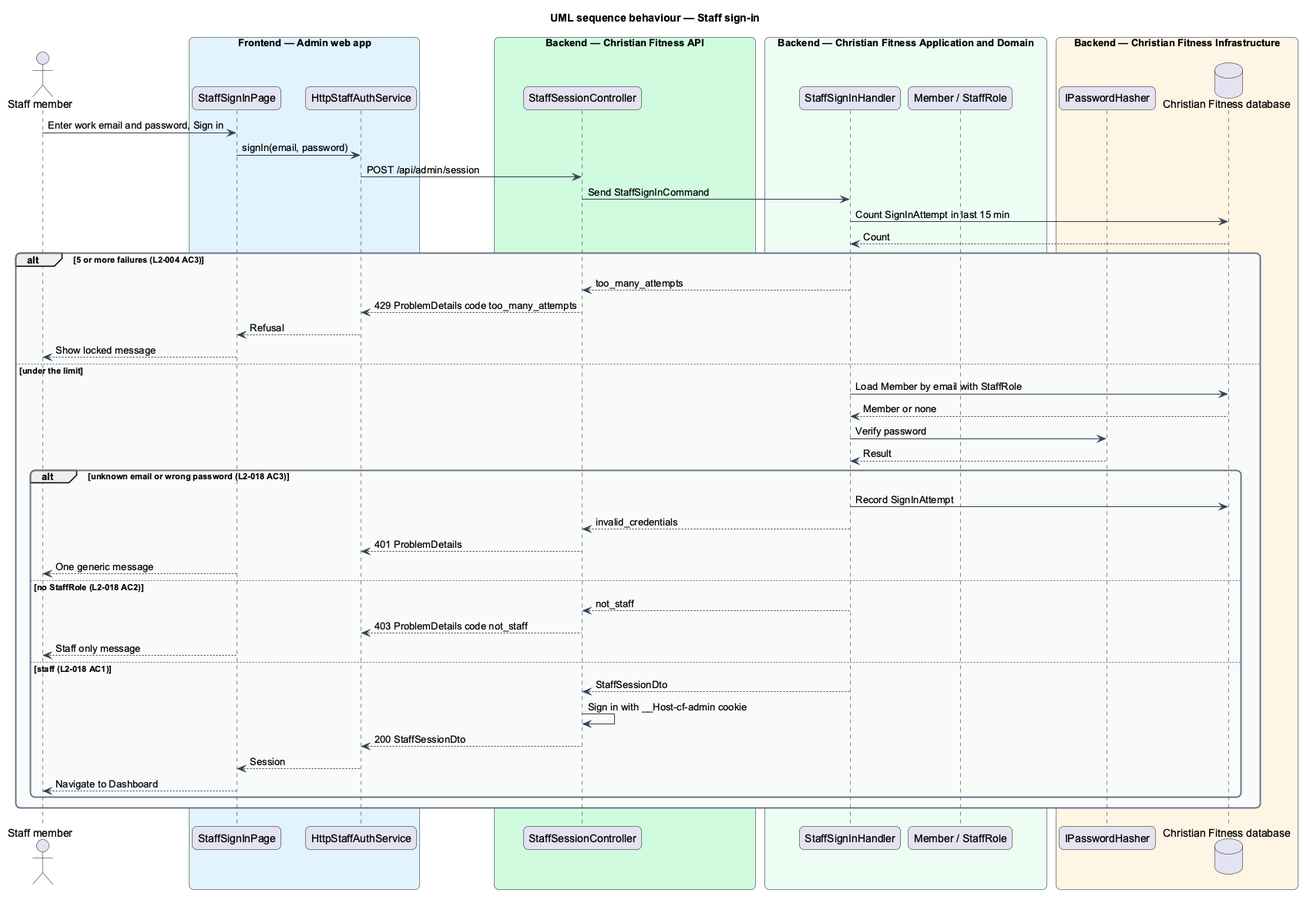
This is docs/detailed-designs/admin-access/admin-sign-in/diagrams/sequence-sign-in.png from QuinntyneBrown/christian-fitness, a PlantUML export, as it was before one commit. Source of this version:
```plantuml
@startuml
title UML sequence behaviour — Staff sign-in
skinparam backgroundColor #FFFFFF
skinparam shadowing false
skinparam roundcorner 12
skinparam defaultFontName Arial
skinparam ArrowColor #344054
skinparam rectangle {
  BorderColor #344054
  FontColor #101828
}
skinparam package {
  BorderColor #667085
  FontColor #101828
  BackgroundColor #F9FAFB
}
actor "Staff member" as actor
box "Frontend — Admin web app" #E0F2FE
  participant "StaffSignInPage" as page
  participant "HttpStaffAuthService" as client
end box
box "Backend — Christian Fitness API" #D1FADF
  participant "StaffSessionController" as ctrl
end box
box "Backend — Christian Fitness Application and Domain" #ECFDF3
  participant "StaffSignInHandler" as handler
  participant "Member / StaffRole" as entity
end box
box "Backend — Christian Fitness Infrastructure" #FFF4E5
  participant "IPasswordHasher" as hasher
  database "Christian Fitness database" as db
end box
actor -> page : Enter work email and password, Sign in
page -> client : signIn(email, password)
client -> ctrl : POST /api/admin/session
ctrl -> handler : Send StaffSignInCommand
handler -> db : Count SignInAttempt in last 15 min
db --> handler : Count
alt 5 or more failures (L2-004 AC3)
  handler --> ctrl : too_many_attempts
  ctrl --> client : 429 ProblemDetails code too_many_attempts
  client --> page : Refusal
  page --> actor : Show locked message
else under the limit
  handler -> db : Load Member by email with StaffRole
  db --> handler : Member or none
  handler -> hasher : Verify password
  hasher --> handler : Result
  alt unknown email or wrong password (L2-018 AC3)
    handler -> db : Record SignInAttempt
    handler --> ctrl : invalid_credentials
    ctrl --> client : 401 ProblemDetails
    page --> actor : One generic message
  else no StaffRole (L2-018 AC2)
    handler --> ctrl : not_staff
    ctrl --> client : 403 ProblemDetails code not_staff
    page --> actor : Staff only message
  else staff (L2-018 AC1)
    handler --> ctrl : StaffSessionDto
    ctrl -> ctrl : Sign in with __Host-cf-admin cookie
    ctrl --> client : 200 StaffSessionDto
    client --> page : Session
    page --> actor : Navigate to Dashboard
  end
end
@enduml
```
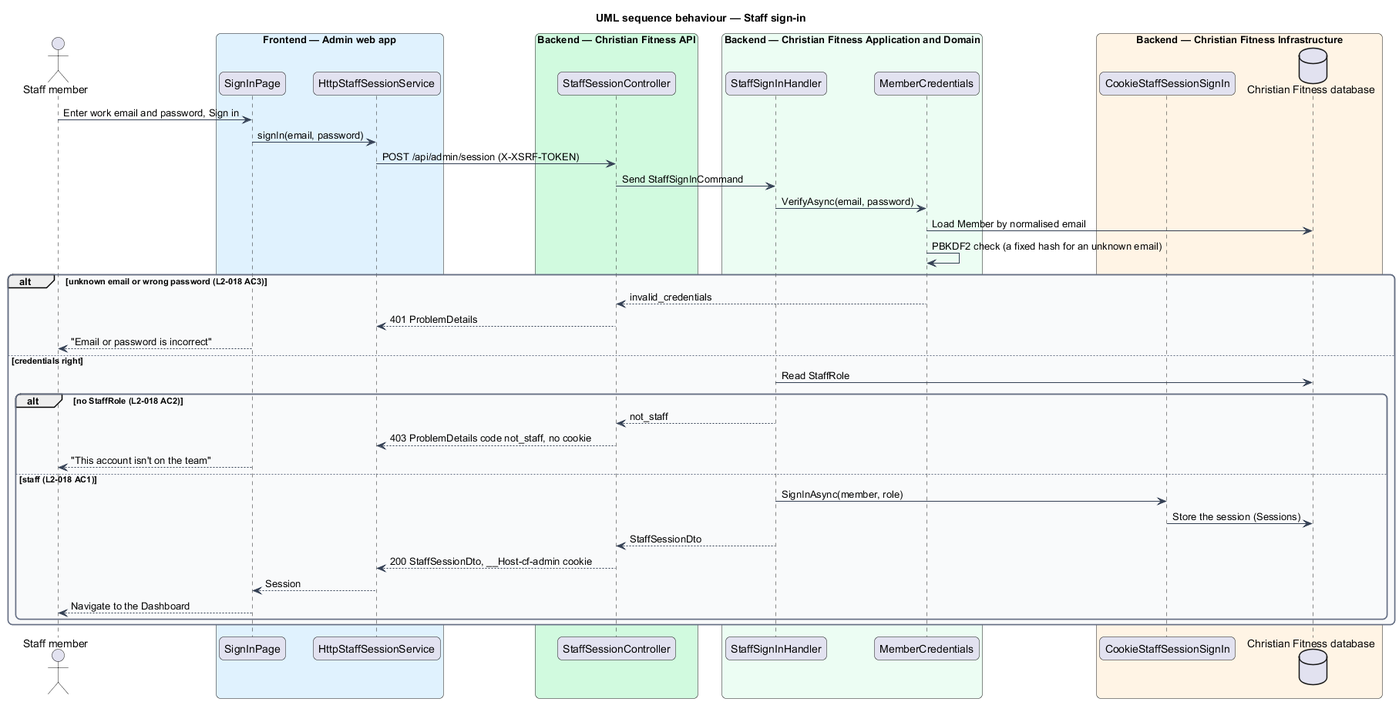
After the commit.

Diff of the diagram source:
```diff
@@ -16,51 +16,44 @@
 }
 actor "Staff member" as actor
 box "Frontend — Admin web app" #E0F2FE
-  participant "StaffSignInPage" as page
-  participant "HttpStaffAuthService" as client
+  participant "SignInPage" as page
+  participant "HttpStaffSessionService" as client
 end box
 box "Backend — Christian Fitness API" #D1FADF
   participant "StaffSessionController" as ctrl
 end box
 box "Backend — Christian Fitness Application and Domain" #ECFDF3
   participant "StaffSignInHandler" as handler
-  participant "Member / StaffRole" as entity
+  participant "MemberCredentials" as creds
 end box
 box "Backend — Christian Fitness Infrastructure" #FFF4E5
-  participant "IPasswordHasher" as hasher
+  participant "CookieStaffSessionSignIn" as cookie
   database "Christian Fitness database" as db
 end box
 actor -> page : Enter work email and password, Sign in
 page -> client : signIn(email, password)
-client -> ctrl : POST /api/admin/session
+client -> ctrl : POST /api/admin/session (X-XSRF-TOKEN)
 ctrl -> handler : Send StaffSignInCommand
-handler -> db : Count SignInAttempt in last 15 min
-db --> handler : Count
-alt 5 or more failures (L2-004 AC3)
-  handler --> ctrl : too_many_attempts
-  ctrl --> client : 429 ProblemDetails code too_many_attempts
-  client --> page : Refusal
-  page --> actor : Show locked message
-else under the limit
-  handler -> db : Load Member by email with StaffRole
-  db --> handler : Member or none
-  handler -> hasher : Verify password
-  hasher --> handler : Result
-  alt unknown email or wrong password (L2-018 AC3)
-    handler -> db : Record SignInAttempt
-    handler --> ctrl : invalid_credentials
-    ctrl --> client : 401 ProblemDetails
-    page --> actor : One generic message
-  else no StaffRole (L2-018 AC2)
+handler -> creds : VerifyAsync(email, password)
+creds -> db : Load Member by normalised email
+creds -> creds : PBKDF2 check (a fixed hash for an unknown email)
+alt unknown email or wrong password (L2-018 AC3)
+  creds --> ctrl : invalid_credentials
+  ctrl --> client : 401 ProblemDetails
+  page --> actor : "Email or password is incorrect"
+else credentials right
+  handler -> db : Read StaffRole
+  alt no StaffRole (L2-018 AC2)
     handler --> ctrl : not_staff
-    ctrl --> client : 403 ProblemDetails code not_staff
-    page --> actor : Staff only message
+    ctrl --> client : 403 ProblemDetails code not_staff, no cookie
+    page --> actor : "This account isn't on the team"
   else staff (L2-018 AC1)
+    handler -> cookie : SignInAsync(member, role)
+    cookie -> db : Store the session (Sessions)
     handler --> ctrl : StaffSessionDto
-    ctrl -> ctrl : Sign in with __Host-cf-admin cookie
-    ctrl --> client : 200 StaffSessionDto
+    ctrl --> client : 200 StaffSessionDto, __Host-cf-admin cookie
     client --> page : Session
-    page --> actor : Navigate to Dashboard
+    page --> actor : Navigate to the Dashboard
   end
 end
 @enduml
```
